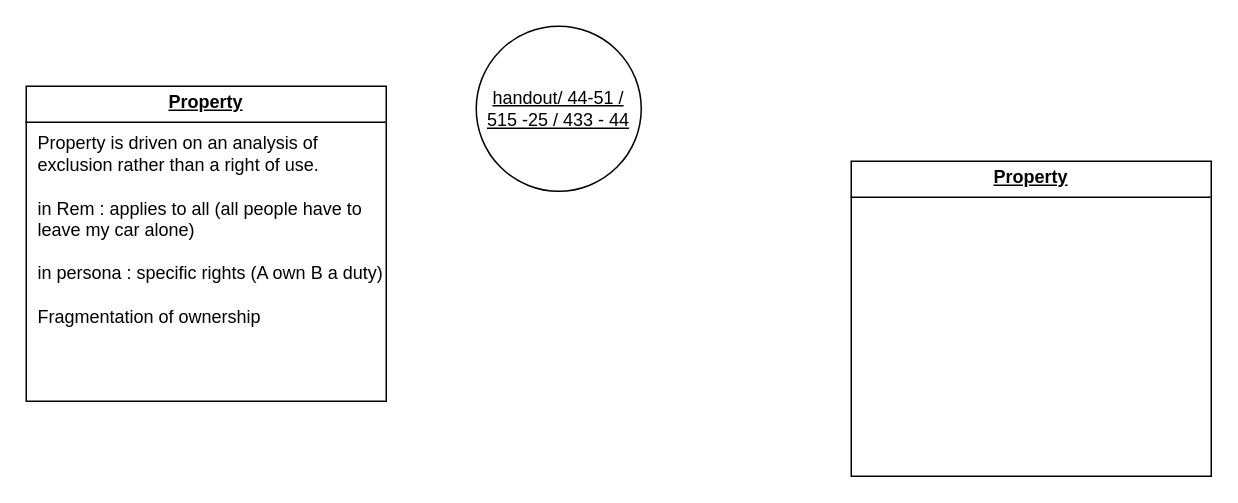
Earlier version of the draw.io diagram page "Quotes" (2 of 3) of Property.drawio (Jdcruz831/law-school). Source tidied: cells renumbered, new cells numbered last; positions are measured from the earlier drawing's top-left corner, leaving out a move shared by most shapes. Both pictures are drawn from the tidied source at 150%, with x=0, y=0 at pixel (26, 26).
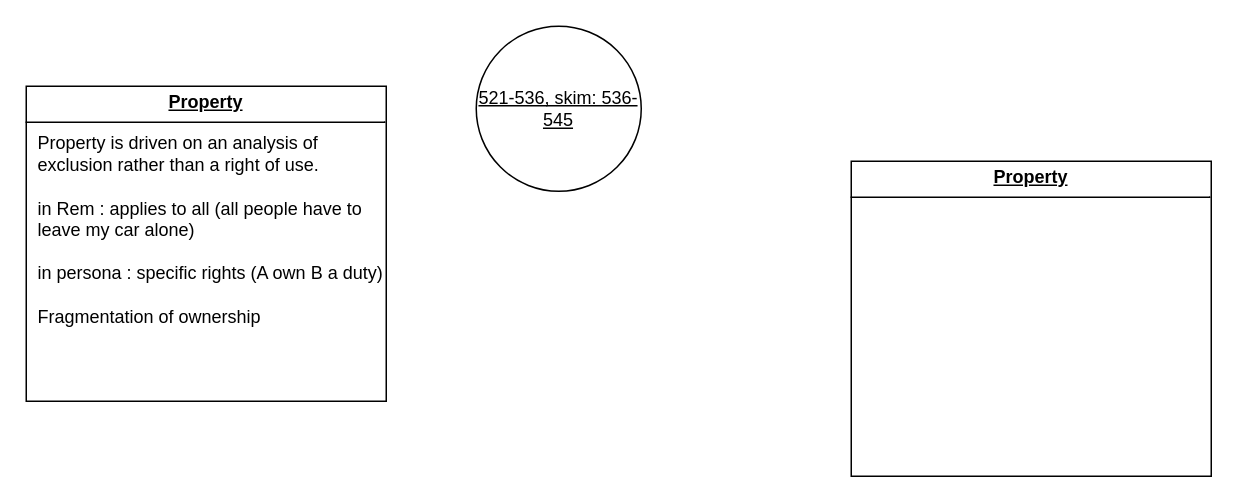
After the change.

Diff of the diagram source:
```diff
@@
 <mxGraphModel>
   <root>
     <mxCell id="0" />
     <mxCell id="1" parent="0" />
     <mxCell id="2" value="&lt;p style=&quot;margin: 4px 0px 0px; text-align: center; text-decoration-color: currentcolor;&quot;&gt;&lt;b&gt;&lt;u&gt;Property&lt;/u&gt;&lt;/b&gt;&lt;/p&gt;&lt;hr size=&quot;1&quot; style=&quot;border-style:solid;&quot;&gt;&lt;p style=&quot;margin:0px;margin-left:8px;&quot;&gt;Property is driven on an analysis of exclusion rather than a right of use.&amp;nbsp;&lt;/p&gt;&lt;p style=&quot;margin:0px;margin-left:8px;&quot;&gt;&lt;br&gt;&lt;/p&gt;&lt;p style=&quot;margin:0px;margin-left:8px;&quot;&gt;in Rem : applies to all (all people have to leave my car alone)&amp;nbsp;&lt;/p&gt;&lt;p style=&quot;margin:0px;margin-left:8px;&quot;&gt;&lt;br&gt;&lt;/p&gt;&lt;p style=&quot;margin:0px;margin-left:8px;&quot;&gt;in persona : specific rights (A own B a duty)&lt;/p&gt;&lt;p style=&quot;margin:0px;margin-left:8px;&quot;&gt;&lt;br&gt;&lt;/p&gt;&lt;p style=&quot;margin:0px;margin-left:8px;&quot;&gt;Fragmentation of ownership&amp;nbsp;&lt;/p&gt;" style="verticalAlign=top;align=left;overflow=fill;html=1;whiteSpace=wrap;" parent="1" vertex="1">
       <mxGeometry y="40" width="240" height="210" as="geometry" />
     </mxCell>
-    <mxCell id="3" value="handout/ 44-51 / 515 -25 / 433 - 44" style="ellipse;whiteSpace=wrap;html=1;align=center;fontStyle=4;" parent="1" vertex="1">
+    <mxCell id="3" value="521-536, skim: 536-545" style="ellipse;whiteSpace=wrap;html=1;align=center;fontStyle=4;" parent="1" vertex="1">
       <mxGeometry x="300" width="110" height="110" as="geometry" />
     </mxCell>
     <mxCell id="4" value="&lt;p style=&quot;margin: 4px 0px 0px; text-align: center; text-decoration-color: currentcolor;&quot;&gt;&lt;b&gt;&lt;u&gt;Property&lt;/u&gt;&lt;/b&gt;&lt;/p&gt;&lt;hr size=&quot;1&quot; style=&quot;border-style:solid;&quot;&gt;&lt;p style=&quot;margin:0px;margin-left:8px;&quot;&gt;&lt;br&gt;&lt;/p&gt;" style="verticalAlign=top;align=left;overflow=fill;html=1;whiteSpace=wrap;" parent="1" vertex="1">
       <mxGeometry x="550" y="90" width="240" height="210" as="geometry" />
     </mxCell>
   </root>
 </mxGraphModel>
```
